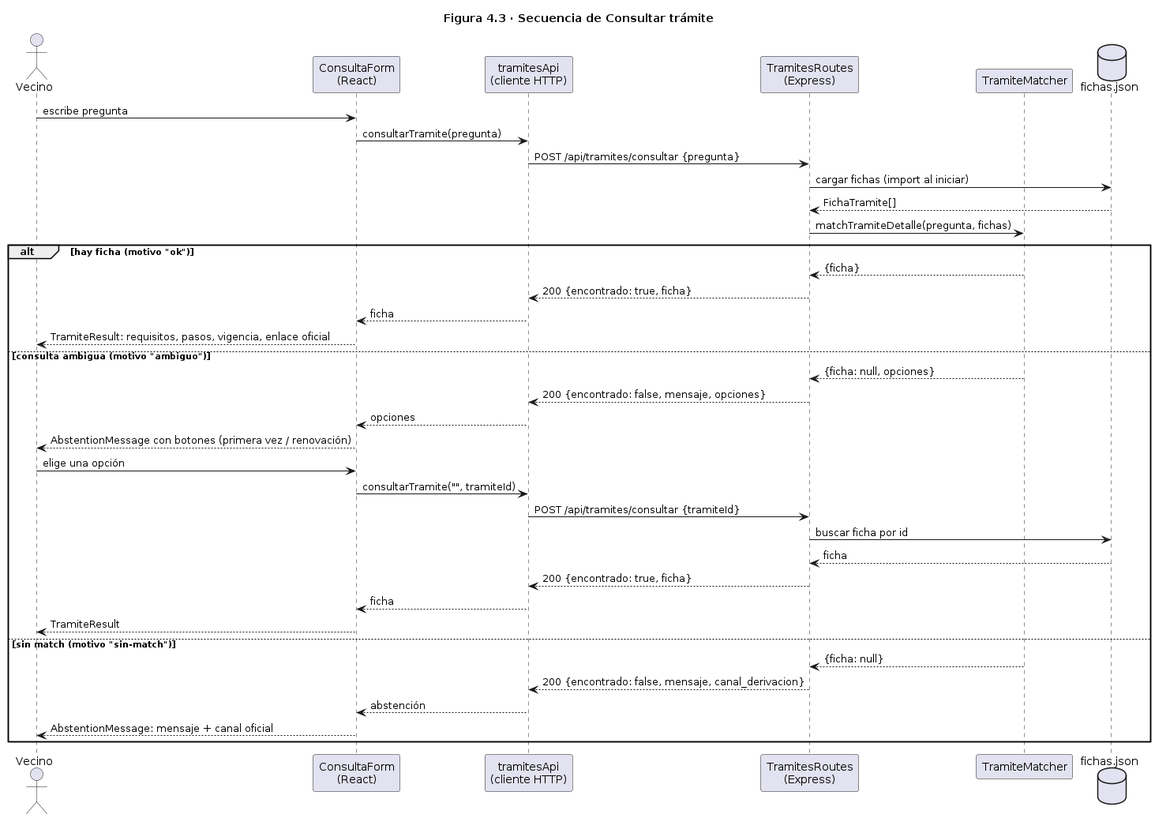
FeliKar/Proyecto-Ingenieria-de-Software keeps this PlantUML diagram as docs/uml/secuencia_tramite.png. Above is the earlier version.
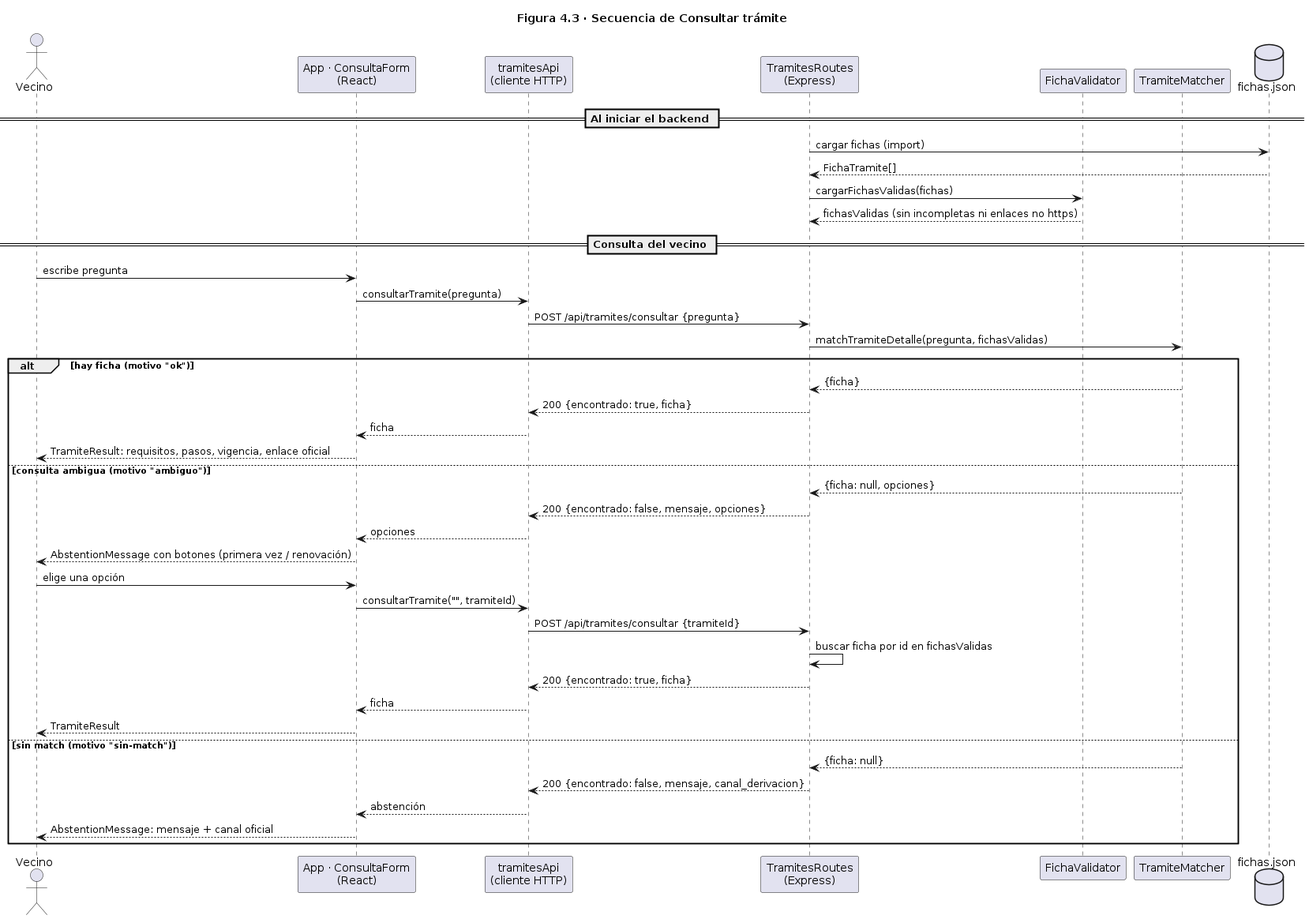
After the change.

Commit message:
UML con fichaValidator, acceso desde celular y ADR-01

Diff of the diagram source:
```diff
@@ -1,18 +1,24 @@
 @startuml
 title Figura 4.3 · Secuencia de Consultar trámite
 actor Vecino
-participant "ConsultaForm\n(React)" as FE
+participant "App · ConsultaForm\n(React)" as FE
 participant "tramitesApi\n(cliente HTTP)" as API
 participant "TramitesRoutes\n(Express)" as R
+participant FichaValidator as V
 participant TramiteMatcher as M
 database "fichas.json" as J
 
+== Al iniciar el backend ==
+R -> J : cargar fichas (import)
+J --> R : FichaTramite[]
+R -> V : cargarFichasValidas(fichas)
+V --> R : fichasValidas (sin incompletas ni enlaces no https)
+
+== Consulta del vecino ==
 Vecino -> FE : escribe pregunta
 FE -> API : consultarTramite(pregunta)
 API -> R : POST /api/tramites/consultar {pregunta}
-R -> J : cargar fichas (import al iniciar)
-J --> R : FichaTramite[]
-R -> M : matchTramiteDetalle(pregunta, fichas)
+R -> M : matchTramiteDetalle(pregunta, fichasValidas)
 alt hay ficha (motivo "ok")
   M --> R : {ficha}
   R --> API : 200 {encontrado: true, ficha}
@@ -26,8 +32,7 @@
   Vecino -> FE : elige una opción
   FE -> API : consultarTramite("", tramiteId)
   API -> R : POST /api/tramites/consultar {tramiteId}
-  R -> J : buscar ficha por id
-  J --> R : ficha
+  R -> R : buscar ficha por id en fichasValidas
   R --> API : 200 {encontrado: true, ficha}
   API --> FE : ficha
   FE --> Vecino : TramiteResult
```
